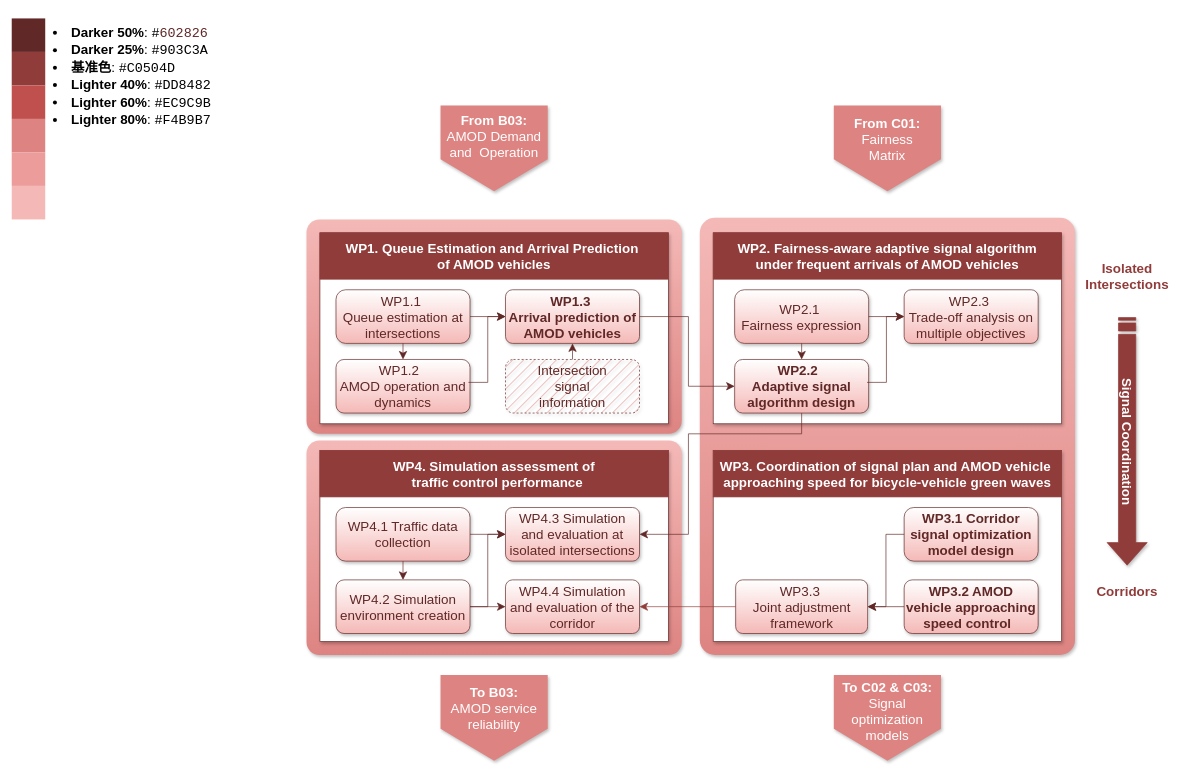
Before: WP_structure_v2.drawio in menglinyang19/AgiMo, a draw.io diagram. Source tidied: cells renumbered, new cells numbered last; positions are measured from the earlier drawing's top-left corner, leaving out a move shared by most shapes. Both pictures are drawn from the tidied source at 67%, with x=0, y=0 at pixel (11, 11).
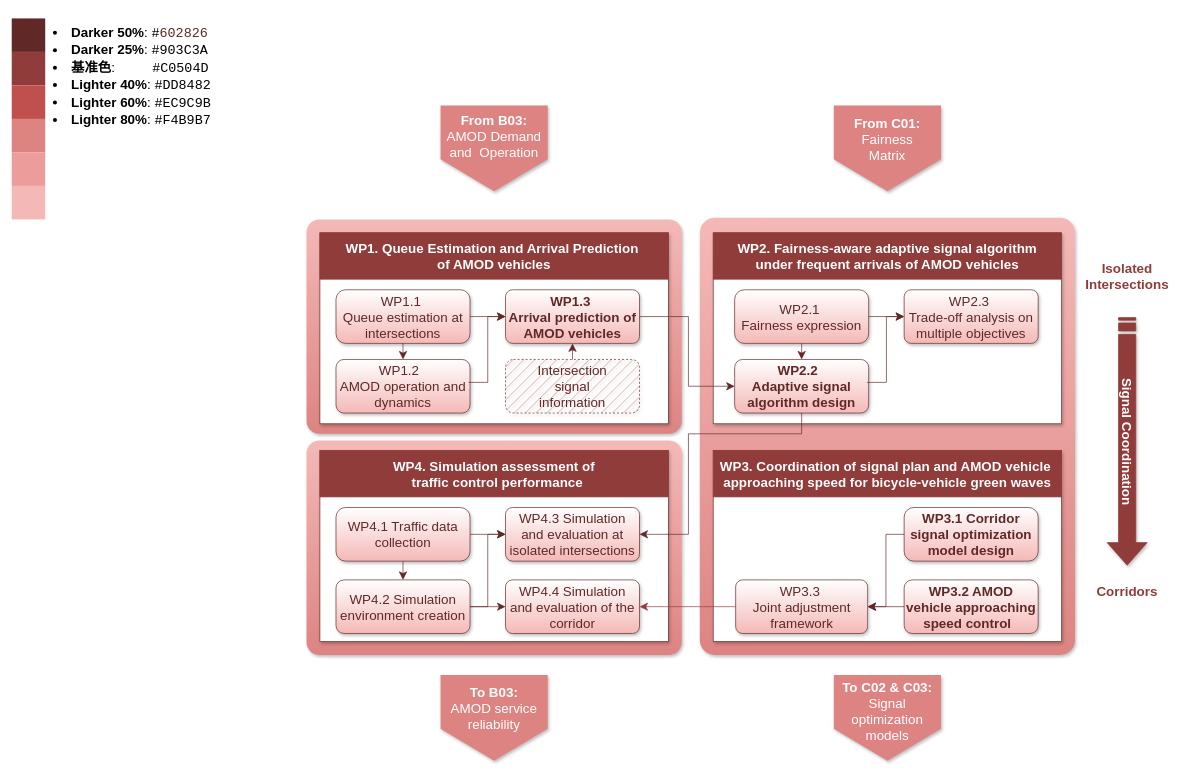
The same page after the edit.

Change to the diagram source:
```diff
@@
-    <mxCell id="65" value="&lt;p style=&quot;line-height: 140%;&quot;&gt;&lt;/p&gt;&lt;li style=&quot;font-size: 20px;&quot;&gt;&lt;font style=&quot;font-size: 20px;&quot;&gt;&lt;strong style=&quot;&quot;&gt;Darker 50%&lt;/strong&gt;: &lt;code style=&quot;&quot;&gt;#&lt;font style=&quot;font-size: 20px;&quot; color=&quot;#602826&quot;&gt;602826&lt;/font&gt;&lt;/code&gt;&lt;/font&gt;&lt;/li&gt;&lt;li style=&quot;font-size: 20px;&quot;&gt;&lt;font style=&quot;font-size: 20px;&quot;&gt;&lt;strong&gt;Darker 25%&lt;/strong&gt;: &lt;code&gt;#903C3A&lt;/code&gt;&lt;/font&gt;&lt;/li&gt;&lt;li style=&quot;font-size: 20px;&quot;&gt;&lt;font style=&quot;font-size: 20px;&quot;&gt;&lt;strong&gt;基准色&lt;/strong&gt;: &lt;code&gt;#C0504D&lt;/code&gt;&lt;/font&gt;&lt;/li&gt;&lt;li style=&quot;font-size: 20px;&quot;&gt;&lt;font style=&quot;font-size: 20px;&quot;&gt;&lt;strong&gt;Lighter 40%&lt;/strong&gt;: &lt;code&gt;#DD8482&lt;/code&gt;&lt;/font&gt;&lt;/li&gt;&lt;li style=&quot;font-size: 20px;&quot;&gt;&lt;font style=&quot;font-size: 20px;&quot;&gt;&lt;strong&gt;Lighter 60%&lt;/strong&gt;: &lt;code&gt;#EC9C9B&lt;/code&gt;&lt;/font&gt;&lt;/li&gt;&lt;li style=&quot;font-size: 20px;&quot;&gt;&lt;font style=&quot;font-size: 20px;&quot;&gt;&lt;strong style=&quot;&quot;&gt;Lighter 80%&lt;/strong&gt;: &lt;code style=&quot;&quot;&gt;#F4B9B7&lt;/code&gt;&lt;/font&gt;&lt;/li&gt;&lt;p&gt;&lt;/p&gt;" style="text;whiteSpace=wrap;html=1;" parent="1" vertex="1">
+    <mxCell id="65" value="&lt;p style=&quot;line-height: 140%;&quot;&gt;&lt;/p&gt;&lt;li style=&quot;font-size: 20px;&quot;&gt;&lt;font style=&quot;font-size: 20px;&quot;&gt;&lt;strong style=&quot;&quot;&gt;Darker 50%&lt;/strong&gt;: &lt;code style=&quot;&quot;&gt;#&lt;font style=&quot;font-size: 20px;&quot; color=&quot;#602826&quot;&gt;602826&lt;/font&gt;&lt;/code&gt;&lt;/font&gt;&lt;/li&gt;&lt;li style=&quot;font-size: 20px;&quot;&gt;&lt;font style=&quot;font-size: 20px;&quot;&gt;&lt;strong&gt;Darker 25%&lt;/strong&gt;: &lt;code&gt;#903C3A&lt;/code&gt;&lt;/font&gt;&lt;/li&gt;&lt;li style=&quot;font-size: 20px;&quot;&gt;&lt;font style=&quot;font-size: 20px;&quot;&gt;&lt;strong&gt;基准色&lt;/strong&gt;:&amp;nbsp; &amp;nbsp; &amp;nbsp; &amp;nbsp; &amp;nbsp;&amp;nbsp;&lt;code&gt;#C0504D&lt;/code&gt;&lt;/font&gt;&lt;/li&gt;&lt;li style=&quot;font-size: 20px;&quot;&gt;&lt;font style=&quot;font-size: 20px;&quot;&gt;&lt;strong&gt;Lighter 40%&lt;/strong&gt;: &lt;code&gt;#DD8482&lt;/code&gt;&lt;/font&gt;&lt;/li&gt;&lt;li style=&quot;font-size: 20px;&quot;&gt;&lt;font style=&quot;font-size: 20px;&quot;&gt;&lt;strong&gt;Lighter 60%&lt;/strong&gt;: &lt;code&gt;#EC9C9B&lt;/code&gt;&lt;/font&gt;&lt;/li&gt;&lt;li style=&quot;font-size: 20px;&quot;&gt;&lt;font style=&quot;font-size: 20px;&quot;&gt;&lt;strong style=&quot;&quot;&gt;Lighter 80%&lt;/strong&gt;: &lt;code style=&quot;&quot;&gt;#F4B9B7&lt;/code&gt;&lt;/font&gt;&lt;/li&gt;&lt;p&gt;&lt;/p&gt;" style="text;whiteSpace=wrap;html=1;" parent="1" vertex="1">
       <mxGeometry x="60" width="250" height="160" as="geometry" />
     </mxCell>
```
